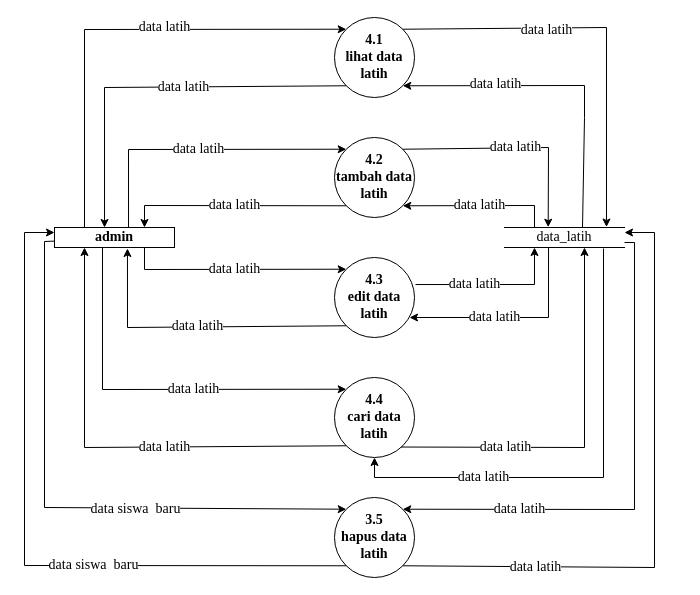
Earlier version of the draw.io diagram DFD PROSES 4.drawio (destiaarinihairunnisa/ProgramAntrian). Source tidied: cells renumbered, new cells numbered last; positions are measured from the earlier drawing's top-left corner, leaving out a move shared by most shapes. Both pictures are drawn from the tidied source at 100%, with x=0, y=0 at pixel (24, 17).
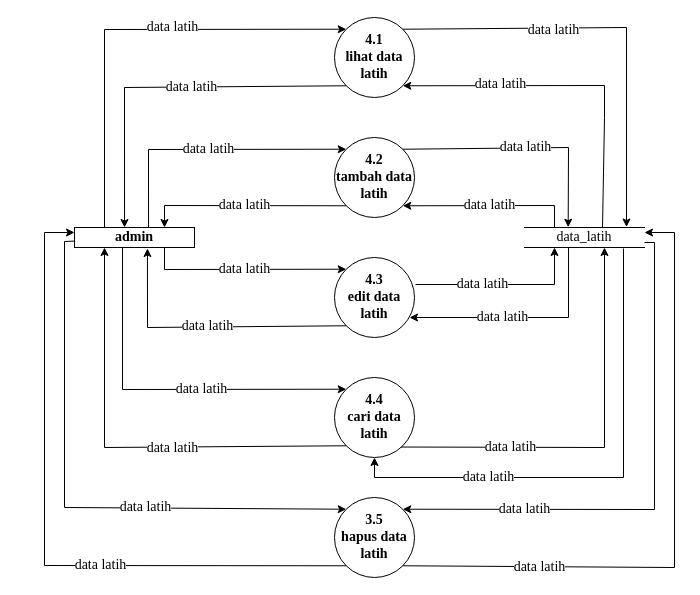
Above is the later version.

The change refers to these unchanged cells:
```xml
<mxCell id="2" value="4.1&lt;br style=&quot;font-size: 14px;&quot;&gt;lihat data latih" style="ellipse;whiteSpace=wrap;html=1;fontFamily=Times New Roman;fontSize=14;fontStyle=1;" parent="1" vertex="1">
  <mxGeometry x="310" width="80" height="80" as="geometry" />
</mxCell>
<mxCell id="3" value="4.2&lt;br style=&quot;font-size: 14px;&quot;&gt;tambah data latih" style="ellipse;whiteSpace=wrap;html=1;fontFamily=Times New Roman;fontSize=14;fontStyle=1;" parent="1" vertex="1">
  <mxGeometry x="310" y="120" width="80" height="80" as="geometry" />
</mxCell>
<mxCell id="4" value="4.3&lt;br style=&quot;font-size: 14px;&quot;&gt;edit data latih" style="ellipse;whiteSpace=wrap;html=1;fontFamily=Times New Roman;fontSize=14;fontStyle=1;" parent="1" vertex="1">
  <mxGeometry x="310" y="240" width="80" height="80" as="geometry" />
</mxCell>
<mxCell id="5" value="4.4&lt;br style=&quot;font-size: 14px;&quot;&gt;cari data latih" style="ellipse;whiteSpace=wrap;html=1;fontFamily=Times New Roman;fontSize=14;fontStyle=1;" parent="1" vertex="1">
  <mxGeometry x="310" y="360" width="80" height="80" as="geometry" />
</mxCell>
<mxCell id="6" value="3.5&lt;br style=&quot;font-size: 14px;&quot;&gt;hapus data latih" style="ellipse;whiteSpace=wrap;html=1;fontFamily=Times New Roman;fontSize=14;fontStyle=1;" parent="1" vertex="1">
  <mxGeometry x="310" y="480" width="80" height="80" as="geometry" />
</mxCell>
```

Change to the diagram source:
```diff
@@
     <mxCell id="7" value="admin" style="rounded=0;whiteSpace=wrap;html=1;fontFamily=Times New Roman;fontSize=14;fontStyle=1;" parent="1" vertex="1">
-      <mxGeometry x="30" y="210" width="120" height="20" as="geometry" />
+      <mxGeometry x="50" y="210" width="120" height="20" as="geometry" />
     </mxCell>
     <mxCell id="8" value="data_latih" style="shape=partialRectangle;whiteSpace=wrap;html=1;left=0;right=0;fillColor=none;fontFamily=Times New Roman;fontSize=14;" parent="1" vertex="1">
-      <mxGeometry x="480" y="210" width="120" height="20" as="geometry" />
+      <mxGeometry x="500" y="210" width="120" height="20" as="geometry" />
     </mxCell>
     <mxCell id="9" value="data latih" style="endArrow=classic;html=1;rounded=0;exitX=0.25;exitY=0;exitDx=0;exitDy=0;entryX=0;entryY=0;entryDx=0;entryDy=0;fontFamily=Times New Roman;fontSize=14;" parent="1" edge="1" source="7" target="2">
       <mxGeometry x="0.21" y="2" relative="1" as="geometry">
         <Array as="points">
-          <mxPoint x="60" y="12" />
+          <mxPoint x="80" y="12" />
         </Array>
       </mxGeometry>
     </mxCell>
     <mxCell id="10" value="data latih" style="endArrow=classic;html=1;rounded=0;exitX=0;exitY=1;exitDx=0;exitDy=0;entryX=0.417;entryY=0;entryDx=0;entryDy=0;entryPerimeter=0;fontFamily=Times New Roman;fontSize=14;" parent="1" edge="1" source="2" target="7">
       <mxGeometry x="-0.15" y="1" relative="1" as="geometry">
         <Array as="points">
-          <mxPoint x="80" y="70" />
+          <mxPoint x="100" y="70" />
         </Array>
         <mxPoint x="-1" as="offset" />
       </mxGeometry>
     </mxCell>
     <mxCell id="11" value="data latih" style="endArrow=classic;html=1;rounded=0;exitX=0.617;exitY=-0.025;exitDx=0;exitDy=0;exitPerimeter=0;entryX=0;entryY=0;entryDx=0;entryDy=0;fontFamily=Times New Roman;fontSize=14;" parent="1" edge="1" source="7" target="3">
       <mxGeometry relative="1" as="geometry">
         <Array as="points">
-          <mxPoint x="104" y="132" />
+          <mxPoint x="124" y="132" />
         </Array>
       </mxGeometry>
     </mxCell>
     <mxCell id="12" value="data latih" style="endArrow=classic;html=1;rounded=0;exitX=0;exitY=1;exitDx=0;exitDy=0;entryX=0.75;entryY=0;entryDx=0;entryDy=0;fontFamily=Times New Roman;fontSize=14;" parent="1" edge="1" source="3" target="7">
       <mxGeometry relative="1" as="geometry">
         <Array as="points">
-          <mxPoint x="120" y="188" />
+          <mxPoint x="140" y="188" />
         </Array>
       </mxGeometry>
     </mxCell>
     <mxCell id="13" value="data latih" style="endArrow=classic;html=1;rounded=0;exitX=0.25;exitY=0;exitDx=0;exitDy=0;entryX=1;entryY=1;entryDx=0;entryDy=0;fontFamily=Times New Roman;fontSize=14;" parent="1" edge="1" source="8" target="3">
       <mxGeometry relative="1" as="geometry">
         <Array as="points">
-          <mxPoint x="510" y="188" />
+          <mxPoint x="530" y="188" />
         </Array>
       </mxGeometry>
     </mxCell>
     <mxCell id="14" value="data latih" style="endArrow=classic;html=1;rounded=0;exitX=1;exitY=0;exitDx=0;exitDy=0;entryX=0.364;entryY=-0.014;entryDx=0;entryDy=0;entryPerimeter=0;fontFamily=Times New Roman;fontSize=14;" parent="1" edge="1" source="3" target="8">
       <mxGeometry relative="1" as="geometry">
         <Array as="points">
-          <mxPoint x="524" y="130" />
+          <mxPoint x="544" y="130" />
         </Array>
       </mxGeometry>
     </mxCell>
     <mxCell id="15" value="data latih" style="endArrow=classic;html=1;rounded=0;exitX=0.65;exitY=0;exitDx=0;exitDy=0;exitPerimeter=0;entryX=1;entryY=1;entryDx=0;entryDy=0;fontFamily=Times New Roman;fontSize=14;" parent="1" edge="1" source="8" target="2">
       <mxGeometry x="0.43" y="-1" relative="1" as="geometry">
         <Array as="points">
-          <mxPoint x="560" y="100" />
-          <mxPoint x="560" y="68" />
+          <mxPoint x="580" y="100" />
+          <mxPoint x="580" y="68" />
         </Array>
       </mxGeometry>
     </mxCell>
     <mxCell id="16" value="data latih" style="endArrow=classic;html=1;rounded=0;exitX=1;exitY=0;exitDx=0;exitDy=0;entryX=0.85;entryY=-0.025;entryDx=0;entryDy=0;entryPerimeter=0;fontFamily=Times New Roman;fontSize=14;" parent="1" edge="1" source="2" target="8">
       <mxGeometry x="-0.29" y="-2" relative="1" as="geometry">
         <Array as="points">
-          <mxPoint x="582" y="10" />
+          <mxPoint x="602" y="10" />
         </Array>
         <mxPoint x="1" as="offset" />
       </mxGeometry>
     </mxCell>
     <mxCell id="17" value="data latih" style="endArrow=classic;html=1;rounded=0;exitX=0.75;exitY=1;exitDx=0;exitDy=0;entryX=0;entryY=0;entryDx=0;entryDy=0;fontFamily=Times New Roman;fontSize=14;" parent="1" edge="1" source="7" target="4">
       <mxGeometry relative="1" as="geometry">
         <Array as="points">
-          <mxPoint x="120" y="252" />
+          <mxPoint x="140" y="252" />
         </Array>
       </mxGeometry>
     </mxCell>
     <mxCell id="18" value="data latih" style="endArrow=classic;html=1;rounded=0;entryX=0.608;entryY=1.05;entryDx=0;entryDy=0;entryPerimeter=0;exitX=0;exitY=1;exitDx=0;exitDy=0;fontFamily=Times New Roman;fontSize=14;" parent="1" edge="1" source="4" target="7">
       <mxGeometry relative="1" as="geometry">
         <Array as="points">
-          <mxPoint x="103" y="310" />
+          <mxPoint x="123" y="310" />
         </Array>
       </mxGeometry>
     </mxCell>
     <mxCell id="19" value="data latih" style="endArrow=classic;html=1;rounded=0;exitX=1.013;exitY=0.338;exitDx=0;exitDy=0;entryX=0.25;entryY=1;entryDx=0;entryDy=0;exitPerimeter=0;fontFamily=Times New Roman;fontSize=14;" parent="1" edge="1" source="4" target="8">
       <mxGeometry x="-0.24" relative="1" as="geometry">
         <Array as="points">
-          <mxPoint x="510" y="267" />
+          <mxPoint x="530" y="267" />
         </Array>
       </mxGeometry>
     </mxCell>
     <mxCell id="20" value="data latih" style="endArrow=classic;html=1;rounded=0;entryX=0.938;entryY=0.75;entryDx=0;entryDy=0;entryPerimeter=0;exitX=0.367;exitY=1;exitDx=0;exitDy=0;exitPerimeter=0;fontFamily=Times New Roman;fontSize=14;" parent="1" edge="1" source="8" target="4">
       <mxGeometry x="0.19" relative="1" as="geometry">
         <Array as="points">
-          <mxPoint x="524" y="300" />
+          <mxPoint x="544" y="300" />
         </Array>
       </mxGeometry>
     </mxCell>
     <mxCell id="21" value="&#10;&lt;span style=&quot;color: rgb(0, 0, 0); font-family: &amp;quot;Times New Roman&amp;quot;; font-size: 14px; font-style: normal; font-variant-ligatures: normal; font-variant-caps: normal; font-weight: 400; letter-spacing: normal; orphans: 2; text-align: center; text-indent: 0px; text-transform: none; widows: 2; word-spacing: 0px; -webkit-text-stroke-width: 0px; background-color: rgb(255, 255, 255); text-decoration-thickness: initial; text-decoration-style: initial; text-decoration-color: initial; float: none; display: inline !important;&quot;&gt;data latih&lt;/span&gt;&#10;&#10;" style="endArrow=classic;html=1;rounded=0;exitX=0.4;exitY=1;exitDx=0;exitDy=0;exitPerimeter=0;entryX=0;entryY=0;entryDx=0;entryDy=0;fontFamily=Times New Roman;fontSize=14;" parent="1" edge="1" source="7" target="5">
       <mxGeometry x="0.21" y="-8" relative="1" as="geometry">
         <Array as="points">
-          <mxPoint x="78" y="372" />
+          <mxPoint x="98" y="372" />
         </Array>
       </mxGeometry>
     </mxCell>
     <mxCell id="22" value="data latih" style="endArrow=classic;html=1;rounded=0;exitX=0;exitY=1;exitDx=0;exitDy=0;entryX=0.25;entryY=1;entryDx=0;entryDy=0;fontFamily=Times New Roman;fontSize=14;" parent="1" edge="1" source="5" target="7">
       <mxGeometry x="-0.21" y="1" relative="1" as="geometry">
         <Array as="points">
-          <mxPoint x="60" y="430" />
+          <mxPoint x="80" y="430" />
         </Array>
       </mxGeometry>
     </mxCell>
-    <mxCell id="23" value="data siswa&amp;nbsp; baru" style="endArrow=classic;html=1;rounded=0;entryX=0;entryY=0;entryDx=0;entryDy=0;exitX=-0.001;exitY=0.68;exitDx=0;exitDy=0;exitPerimeter=0;fontFamily=Times New Roman;fontSize=14;" parent="1" edge="1" source="7" target="6">
-      <mxGeometry x="0.27" y="-1" relative="1" as="geometry">
+    <mxCell id="23" value="data latih" style="endArrow=classic;html=1;rounded=0;entryX=0;entryY=0;entryDx=0;entryDy=0;exitX=-0.001;exitY=0.68;exitDx=0;exitDy=0;exitPerimeter=0;fontFamily=Times New Roman;fontSize=14;" parent="1" edge="1" source="7" target="6">
+      <mxGeometry x="0.28" relative="1" as="geometry">
         <Array as="points">
-          <mxPoint x="20" y="224" />
-          <mxPoint x="20" y="490" />
+          <mxPoint x="40" y="224" />
+          <mxPoint x="40" y="490" />
         </Array>
       </mxGeometry>
     </mxCell>
-    <mxCell id="24" value="data siswa&amp;nbsp; baru" style="endArrow=classic;html=1;rounded=0;entryX=0;entryY=0.25;entryDx=0;entryDy=0;exitX=0;exitY=1;exitDx=0;exitDy=0;fontFamily=Times New Roman;fontSize=14;" parent="1" edge="1" source="6" target="7">
+    <mxCell id="24" value="data latih" style="endArrow=classic;html=1;rounded=0;entryX=0;entryY=0.25;entryDx=0;entryDy=0;exitX=0;exitY=1;exitDx=0;exitDy=0;fontFamily=Times New Roman;fontSize=14;" parent="1" edge="1" source="6" target="7">
       <mxGeometry x="-0.26" relative="1" as="geometry">
         <Array as="points">
-          <mxPoint y="548" />
-          <mxPoint y="215" />
+          <mxPoint x="20" y="548" />
+          <mxPoint x="20" y="215" />
         </Array>
       </mxGeometry>
     </mxCell>
     <mxCell id="25" value="data latih" style="endArrow=classic;html=1;rounded=0;fontFamily=Times New Roman;fontSize=14;exitX=0.832;exitY=0.869;exitDx=0;exitDy=0;exitPerimeter=0;" parent="1" edge="1" source="5">
       <mxGeometry x="-0.46" relative="1" as="geometry">
-        <mxPoint x="560" y="230" as="targetPoint" />
+        <mxPoint x="580" y="230" as="targetPoint" />
         <Array as="points">
-          <mxPoint x="560" y="430" />
+          <mxPoint x="580" y="430" />
         </Array>
       </mxGeometry>
     </mxCell>
     <mxCell id="26" value="data latih" style="endArrow=classic;html=1;rounded=0;fontFamily=Times New Roman;fontSize=14;exitX=0.825;exitY=1.05;exitDx=0;exitDy=0;exitPerimeter=0;entryX=0.5;entryY=1;entryDx=0;entryDy=0;" parent="1" edge="1" source="8" target="5">
       <mxGeometry x="0.46" relative="1" as="geometry">
         <Array as="points">
-          <mxPoint x="579" y="460" />
+          <mxPoint x="599" y="460" />
           <mxPoint x="350" y="460" />
         </Array>
       </mxGeometry>
     </mxCell>
     <mxCell id="27" value="data latih" style="endArrow=classic;html=1;rounded=0;fontFamily=Times New Roman;fontSize=14;entryX=1;entryY=0;entryDx=0;entryDy=0;exitX=1;exitY=0.75;exitDx=0;exitDy=0;" parent="1" edge="1" source="8" target="6">
       <mxGeometry x="0.54" relative="1" as="geometry">
         <Array as="points">
-          <mxPoint x="610" y="225" />
-          <mxPoint x="610" y="492" />
+          <mxPoint x="630" y="225" />
+          <mxPoint x="630" y="492" />
         </Array>
       </mxGeometry>
     </mxCell>
     <mxCell id="28" value="data latih" style="endArrow=classic;html=1;rounded=0;fontFamily=Times New Roman;fontSize=14;entryX=1;entryY=0.25;entryDx=0;entryDy=0;exitX=1;exitY=1;exitDx=0;exitDy=0;" parent="1" edge="1" source="6" target="8">
       <mxGeometry x="-0.57" y="-1" relative="1" as="geometry">
         <Array as="points">
-          <mxPoint x="630" y="550" />
-          <mxPoint x="630" y="215" />
+          <mxPoint x="650" y="550" />
+          <mxPoint x="650" y="215" />
         </Array>
       </mxGeometry>
     </mxCell>
```
